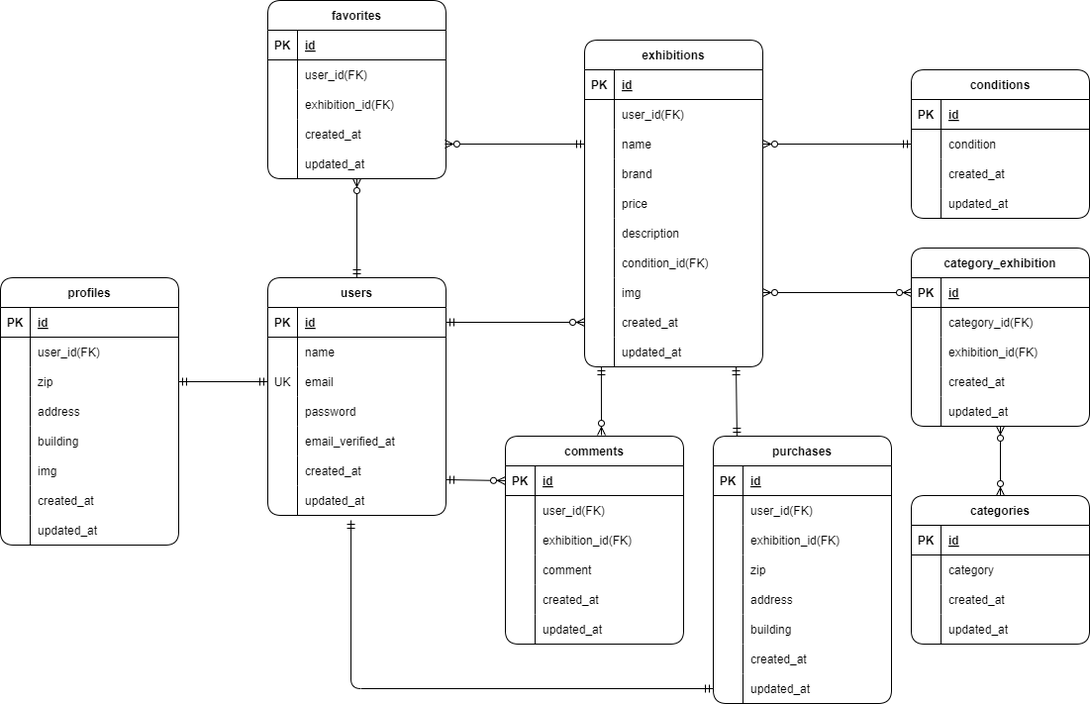
yknrt/flea-market keeps this draw.io diagram as readme/flea_market.drawio.png. Above is the earlier version. Source tidied: cells renumbered, new cells last; positions are measured from the earlier drawing's top-left corner, leaving out a move shared by most shapes.
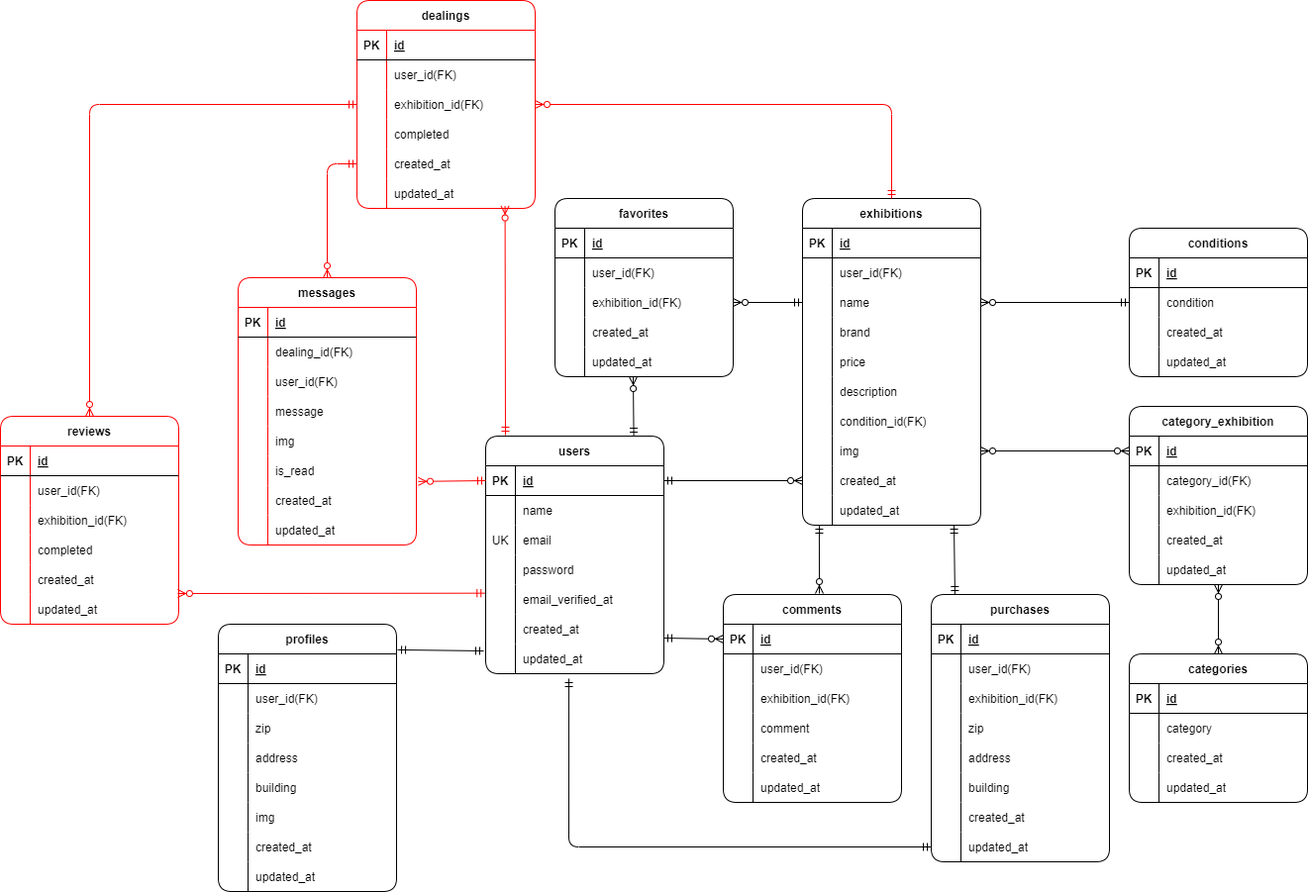
The same diagram one commit later.

The edit, as a diff of the source:
```diff
@@ -247,3 +247,3 @@
     <mxCell id="82" value="favorites" style="shape=table;startSize=30;rowLines=0;fontStyle=1;align=center;rounded=1;" parent="1" vertex="1">
-      <mxGeometry x="270" width="180" height="180" as="geometry" />
+      <mxGeometry x="340" y="40" width="180" height="180" as="geometry" />
     </mxCell>
@@ -299,8 +299,9 @@
     </mxCell>
-    <mxCell id="99" style="fontSize=12;html=1;endArrow=ERzeroToMany;startArrow=ERmandOne;exitX=0.5;exitY=0;exitDx=0;exitDy=0;" parent="1" edge="1" source="2">
+    <mxCell id="99" style="fontSize=12;html=1;endArrow=ERzeroToMany;startArrow=ERmandOne;exitX=0.5;exitY=0;exitDx=0;exitDy=0;" parent="1" edge="1">
       <mxGeometry relative="1" as="geometry">
-        <mxPoint x="360" y="180" as="targetPoint" />
+        <mxPoint x="419.6" y="280" as="sourcePoint" />
+        <mxPoint x="419" y="220" as="targetPoint" />
       </mxGeometry>
     </mxCell>
-    <mxCell id="100" style="fontSize=12;html=1;endArrow=ERzeroToMany;startArrow=ERmandOne;exitX=0;exitY=0.5;exitDx=0;exitDy=0;entryX=0.994;entryY=0.833;entryDx=0;entryDy=0;entryPerimeter=0;" parent="1" edge="1" target="92">
+    <mxCell id="100" style="fontSize=12;html=1;endArrow=ERzeroToMany;startArrow=ERmandOne;exitX=0;exitY=0.5;exitDx=0;exitDy=0;entryX=1;entryY=0.5;entryDx=0;entryDy=0;" parent="1" edge="1" target="89">
       <mxGeometry relative="1" as="geometry">
@@ -378,3 +379,3 @@
     <mxCell id="123" value="profiles" style="shape=table;startSize=30;rowLines=0;fontStyle=1;align=center;rounded=1;" parent="1" vertex="1">
-      <mxGeometry y="280" width="180" height="270" as="geometry" />
+      <mxGeometry y="470" width="180" height="270" as="geometry" />
     </mxCell>
@@ -452,4 +453,6 @@
     </mxCell>
-    <mxCell id="148" style="fontSize=12;html=1;endArrow=ERmandOne;startArrow=ERmandOne;exitX=1;exitY=0.5;exitDx=0;exitDy=0;entryX=0;entryY=0.5;entryDx=0;entryDy=0;endFill=0;" parent="1" edge="1" source="130" target="9">
-      <mxGeometry relative="1" as="geometry" />
+    <mxCell id="148" style="fontSize=12;html=1;endArrow=ERmandOne;startArrow=ERmandOne;exitX=1.006;exitY=0.096;exitDx=0;exitDy=0;endFill=0;exitPerimeter=0;" parent="1" edge="1" source="123">
+      <mxGeometry relative="1" as="geometry">
+        <mxPoint x="268" y="497" as="targetPoint" />
+      </mxGeometry>
     </mxCell>
@@ -593,2 +596,221 @@
     </mxCell>
+    <mxCell id="193" value="dealings" style="shape=table;startSize=30;rowLines=0;fontStyle=1;align=center;rounded=1;strokeColor=#FF0000;" parent="1" vertex="1">
+      <mxGeometry x="140" y="-160" width="180" height="210" as="geometry" />
+    </mxCell>
+    <mxCell id="194" style="shape=tableRow;horizontal=0;startSize=0;swimlaneHead=0;swimlaneBody=0;fillColor=none;top=0;left=0;right=0;bottom=1;rounded=1;" parent="193" vertex="1">
+      <mxGeometry y="30" width="180" height="30" as="geometry" />
+    </mxCell>
+    <mxCell id="195" value="PK" style="shape=partialRectangle;fillColor=none;top=0;left=0;bottom=0;right=0;fontStyle=1;overflow=hidden;rounded=1;" parent="194" vertex="1">
+      <mxGeometry width="30" height="30" as="geometry" />
+    </mxCell>
+    <mxCell id="196" value="id" style="shape=partialRectangle;fillColor=none;top=0;left=0;bottom=0;right=0;align=left;spacingLeft=6;fontStyle=5;overflow=hidden;rounded=1;" parent="194" vertex="1">
+      <mxGeometry x="30" width="150" height="30" as="geometry" />
+    </mxCell>
+    <mxCell id="197" style="shape=tableRow;horizontal=0;startSize=0;swimlaneHead=0;swimlaneBody=0;fillColor=none;top=0;left=0;right=0;bottom=0;rounded=1;" parent="193" vertex="1">
+      <mxGeometry y="60" width="180" height="30" as="geometry" />
+    </mxCell>
+    <mxCell id="198" style="shape=partialRectangle;fillColor=none;top=0;left=0;bottom=0;right=0;overflow=hidden;rounded=1;" parent="197" vertex="1">
+      <mxGeometry width="30" height="30" as="geometry" />
+    </mxCell>
+    <mxCell id="199" value="user_id(FK)" style="shape=partialRectangle;fillColor=none;top=0;left=0;bottom=0;right=0;align=left;spacingLeft=6;overflow=hidden;rounded=1;" parent="197" vertex="1">
+      <mxGeometry x="30" width="150" height="30" as="geometry" />
+    </mxCell>
+    <mxCell id="200" style="shape=tableRow;horizontal=0;startSize=0;swimlaneHead=0;swimlaneBody=0;fillColor=none;points=[[0,0.5],[1,0.5]];portConstraint=eastwest;top=0;left=0;right=0;bottom=0;rounded=1;" parent="193" vertex="1">
+      <mxGeometry y="90" width="180" height="30" as="geometry" />
+    </mxCell>
+    <mxCell id="201" style="shape=partialRectangle;fillColor=none;top=0;left=0;bottom=0;right=0;overflow=hidden;rounded=1;" parent="200" vertex="1">
+      <mxGeometry width="30" height="30" as="geometry" />
+    </mxCell>
+    <mxCell id="202" value="exhibition_id(FK)" style="shape=partialRectangle;fillColor=none;top=0;left=0;bottom=0;right=0;align=left;spacingLeft=6;overflow=hidden;rounded=1;" parent="200" vertex="1">
+      <mxGeometry x="30" width="150" height="30" as="geometry" />
+    </mxCell>
+    <mxCell id="203" style="shape=tableRow;horizontal=0;startSize=0;swimlaneHead=0;swimlaneBody=0;fillColor=none;top=0;left=0;right=0;bottom=0;rounded=1;" parent="193" vertex="1">
+      <mxGeometry y="120" width="180" height="30" as="geometry" />
+    </mxCell>
+    <mxCell id="204" style="shape=partialRectangle;fillColor=none;top=0;left=0;bottom=0;right=0;overflow=hidden;rounded=1;" parent="203" vertex="1">
+      <mxGeometry width="30" height="30" as="geometry" />
+    </mxCell>
+    <mxCell id="205" value="completed" style="shape=partialRectangle;fillColor=none;top=0;left=0;bottom=0;right=0;align=left;spacingLeft=6;overflow=hidden;rounded=1;" parent="203" vertex="1">
+      <mxGeometry x="30" width="150" height="30" as="geometry" />
+    </mxCell>
+    <mxCell id="206" style="shape=tableRow;horizontal=0;startSize=0;swimlaneHead=0;swimlaneBody=0;fillColor=none;points=[[0,0.5],[1,0.5]];portConstraint=eastwest;top=0;left=0;right=0;bottom=0;rounded=1;" parent="193" vertex="1">
+      <mxGeometry y="150" width="180" height="30" as="geometry" />
+    </mxCell>
+    <mxCell id="207" style="shape=partialRectangle;fillColor=none;top=0;left=0;bottom=0;right=0;overflow=hidden;rounded=1;" parent="206" vertex="1">
+      <mxGeometry width="30" height="30" as="geometry" />
+    </mxCell>
+    <mxCell id="208" value="created_at" style="shape=partialRectangle;fillColor=none;top=0;left=0;bottom=0;right=0;align=left;spacingLeft=6;overflow=hidden;rounded=1;" parent="206" vertex="1">
+      <mxGeometry x="30" width="150" height="30" as="geometry" />
+    </mxCell>
+    <mxCell id="209" style="shape=tableRow;horizontal=0;startSize=0;swimlaneHead=0;swimlaneBody=0;fillColor=none;points=[[0,0.5],[1,0.5]];portConstraint=eastwest;top=0;left=0;right=0;bottom=0;rounded=1;" parent="193" vertex="1">
+      <mxGeometry y="180" width="180" height="30" as="geometry" />
+    </mxCell>
+    <mxCell id="210" style="shape=partialRectangle;fillColor=none;top=0;left=0;bottom=0;right=0;overflow=hidden;rounded=1;" parent="209" vertex="1">
+      <mxGeometry width="30" height="30" as="geometry" />
+    </mxCell>
+    <mxCell id="211" value="updated_at" style="shape=partialRectangle;fillColor=none;top=0;left=0;bottom=0;right=0;align=left;spacingLeft=6;overflow=hidden;rounded=1;" parent="209" vertex="1">
+      <mxGeometry x="30" width="150" height="30" as="geometry" />
+    </mxCell>
+    <mxCell id="212" style="fontSize=12;html=1;endArrow=ERzeroToMany;startArrow=ERmandOne;exitX=0.5;exitY=0;exitDx=0;exitDy=0;entryX=1;entryY=0.5;entryDx=0;entryDy=0;strokeColor=#FF0000;" parent="1" edge="1" source="38" target="200">
+      <mxGeometry relative="1" as="geometry">
+        <Array as="points">
+          <mxPoint x="680" y="-55" />
+        </Array>
+      </mxGeometry>
+    </mxCell>
+    <mxCell id="213" style="fontSize=12;html=1;endArrow=ERzeroToMany;startArrow=ERmandOne;exitX=0.111;exitY=-0.004;exitDx=0;exitDy=0;exitPerimeter=0;entryX=0.831;entryY=0.919;entryDx=0;entryDy=0;entryPerimeter=0;strokeColor=#FF0000;" parent="1" edge="1" source="2" target="209">
+      <mxGeometry relative="1" as="geometry" />
+    </mxCell>
+    <mxCell id="214" value="messages" style="shape=table;startSize=30;rowLines=0;fontStyle=1;align=center;rounded=1;strokeColor=#FF0000;" parent="1" vertex="1">
+      <mxGeometry x="20" y="120" width="180" height="270" as="geometry" />
+    </mxCell>
+    <mxCell id="215" style="shape=tableRow;horizontal=0;startSize=0;swimlaneHead=0;swimlaneBody=0;fillColor=none;top=0;left=0;right=0;bottom=1;rounded=1;" parent="214" vertex="1">
+      <mxGeometry y="30" width="180" height="30" as="geometry" />
+    </mxCell>
+    <mxCell id="216" value="PK" style="shape=partialRectangle;fillColor=none;top=0;left=0;bottom=0;right=0;fontStyle=1;overflow=hidden;rounded=1;" parent="215" vertex="1">
+      <mxGeometry width="30" height="30" as="geometry" />
+    </mxCell>
+    <mxCell id="217" value="id" style="shape=partialRectangle;fillColor=none;top=0;left=0;bottom=0;right=0;align=left;spacingLeft=6;fontStyle=5;overflow=hidden;rounded=1;" parent="215" vertex="1">
+      <mxGeometry x="30" width="150" height="30" as="geometry" />
+    </mxCell>
+    <mxCell id="218" style="shape=tableRow;horizontal=0;startSize=0;swimlaneHead=0;swimlaneBody=0;fillColor=none;top=0;left=0;right=0;bottom=0;rounded=1;" parent="214" vertex="1">
+      <mxGeometry y="60" width="180" height="30" as="geometry" />
+    </mxCell>
+    <mxCell id="219" style="shape=partialRectangle;fillColor=none;top=0;left=0;bottom=0;right=0;overflow=hidden;rounded=1;" parent="218" vertex="1">
+      <mxGeometry width="30" height="30" as="geometry" />
+    </mxCell>
+    <mxCell id="220" value="dealing_id(FK)" style="shape=partialRectangle;fillColor=none;top=0;left=0;bottom=0;right=0;align=left;spacingLeft=6;overflow=hidden;rounded=1;" parent="218" vertex="1">
+      <mxGeometry x="30" width="150" height="30" as="geometry" />
+    </mxCell>
+    <mxCell id="221" style="shape=tableRow;horizontal=0;startSize=0;swimlaneHead=0;swimlaneBody=0;fillColor=none;top=0;left=0;right=0;bottom=0;rounded=1;" parent="214" vertex="1">
+      <mxGeometry y="90" width="180" height="30" as="geometry" />
+    </mxCell>
+    <mxCell id="222" style="shape=partialRectangle;fillColor=none;top=0;left=0;bottom=0;right=0;overflow=hidden;rounded=1;" parent="221" vertex="1">
+      <mxGeometry width="30" height="30" as="geometry" />
+    </mxCell>
+    <mxCell id="223" value="user_id(FK)" style="shape=partialRectangle;fillColor=none;top=0;left=0;bottom=0;right=0;align=left;spacingLeft=6;overflow=hidden;rounded=1;" parent="221" vertex="1">
+      <mxGeometry x="30" width="150" height="30" as="geometry" />
+    </mxCell>
+    <mxCell id="224" style="shape=tableRow;horizontal=0;startSize=0;swimlaneHead=0;swimlaneBody=0;fillColor=none;top=0;left=0;right=0;bottom=0;rounded=1;" parent="214" vertex="1">
+      <mxGeometry y="120" width="180" height="30" as="geometry" />
+    </mxCell>
+    <mxCell id="225" style="shape=partialRectangle;fillColor=none;top=0;left=0;bottom=0;right=0;overflow=hidden;rounded=1;" parent="224" vertex="1">
+      <mxGeometry width="30" height="30" as="geometry" />
+    </mxCell>
+    <mxCell id="226" value="message" style="shape=partialRectangle;fillColor=none;top=0;left=0;bottom=0;right=0;align=left;spacingLeft=6;overflow=hidden;rounded=1;" parent="224" vertex="1">
+      <mxGeometry x="30" width="150" height="30" as="geometry" />
+    </mxCell>
+    <mxCell id="227" style="shape=tableRow;horizontal=0;startSize=0;swimlaneHead=0;swimlaneBody=0;fillColor=none;top=0;left=0;right=0;bottom=0;rounded=1;" parent="214" vertex="1">
+      <mxGeometry y="150" width="180" height="30" as="geometry" />
+    </mxCell>
+    <mxCell id="228" style="shape=partialRectangle;fillColor=none;top=0;left=0;bottom=0;right=0;overflow=hidden;rounded=1;" parent="227" vertex="1">
+      <mxGeometry width="30" height="30" as="geometry" />
+    </mxCell>
+    <mxCell id="229" value="img" style="shape=partialRectangle;fillColor=none;top=0;left=0;bottom=0;right=0;align=left;spacingLeft=6;overflow=hidden;rounded=1;" parent="227" vertex="1">
+      <mxGeometry x="30" width="150" height="30" as="geometry" />
+    </mxCell>
+    <mxCell id="230" style="shape=tableRow;horizontal=0;startSize=0;swimlaneHead=0;swimlaneBody=0;fillColor=none;points=[[0,0.5],[1,0.5]];portConstraint=eastwest;top=0;left=0;right=0;bottom=0;rounded=1;" parent="214" vertex="1">
+      <mxGeometry y="180" width="180" height="30" as="geometry" />
+    </mxCell>
+    <mxCell id="231" style="shape=partialRectangle;fillColor=none;top=0;left=0;bottom=0;right=0;overflow=hidden;rounded=1;" parent="230" vertex="1">
+      <mxGeometry width="30" height="30" as="geometry" />
+    </mxCell>
+    <mxCell id="232" value="is_read" style="shape=partialRectangle;fillColor=none;top=0;left=0;bottom=0;right=0;align=left;spacingLeft=6;overflow=hidden;rounded=1;" parent="230" vertex="1">
+      <mxGeometry x="30" width="150" height="30" as="geometry" />
+    </mxCell>
+    <mxCell id="233" style="shape=tableRow;horizontal=0;startSize=0;swimlaneHead=0;swimlaneBody=0;fillColor=none;top=0;left=0;right=0;bottom=0;rounded=1;" parent="214" vertex="1">
+      <mxGeometry y="210" width="180" height="30" as="geometry" />
+    </mxCell>
+    <mxCell id="234" style="shape=partialRectangle;fillColor=none;top=0;left=0;bottom=0;right=0;overflow=hidden;rounded=1;" parent="233" vertex="1">
+      <mxGeometry width="30" height="30" as="geometry" />
+    </mxCell>
+    <mxCell id="235" value="created_at" style="shape=partialRectangle;fillColor=none;top=0;left=0;bottom=0;right=0;align=left;spacingLeft=6;overflow=hidden;rounded=1;" parent="233" vertex="1">
+      <mxGeometry x="30" width="150" height="30" as="geometry" />
+    </mxCell>
+    <mxCell id="236" style="shape=tableRow;horizontal=0;startSize=0;swimlaneHead=0;swimlaneBody=0;fillColor=none;top=0;left=0;right=0;bottom=0;rounded=1;" parent="214" vertex="1">
+      <mxGeometry y="240" width="180" height="30" as="geometry" />
+    </mxCell>
+    <mxCell id="237" style="shape=partialRectangle;fillColor=none;top=0;left=0;bottom=0;right=0;overflow=hidden;rounded=1;" parent="236" vertex="1">
+      <mxGeometry width="30" height="30" as="geometry" />
+    </mxCell>
+    <mxCell id="238" value="updated_at" style="shape=partialRectangle;fillColor=none;top=0;left=0;bottom=0;right=0;align=left;spacingLeft=6;overflow=hidden;rounded=1;" parent="236" vertex="1">
+      <mxGeometry x="30" width="150" height="30" as="geometry" />
+    </mxCell>
+    <mxCell id="239" value="reviews" style="shape=table;startSize=30;rowLines=0;fontStyle=1;align=center;rounded=1;strokeColor=#FF0000;" parent="1" vertex="1">
+      <mxGeometry x="-220" y="260" width="180" height="210" as="geometry" />
+    </mxCell>
+    <mxCell id="240" style="shape=tableRow;horizontal=0;startSize=0;swimlaneHead=0;swimlaneBody=0;fillColor=none;top=0;left=0;right=0;bottom=1;rounded=1;" parent="239" vertex="1">
+      <mxGeometry y="30" width="180" height="30" as="geometry" />
+    </mxCell>
+    <mxCell id="241" value="PK" style="shape=partialRectangle;fillColor=none;top=0;left=0;bottom=0;right=0;fontStyle=1;overflow=hidden;rounded=1;" parent="240" vertex="1">
+      <mxGeometry width="30" height="30" as="geometry" />
+    </mxCell>
+    <mxCell id="242" value="id" style="shape=partialRectangle;fillColor=none;top=0;left=0;bottom=0;right=0;align=left;spacingLeft=6;fontStyle=5;overflow=hidden;rounded=1;" parent="240" vertex="1">
+      <mxGeometry x="30" width="150" height="30" as="geometry" />
+    </mxCell>
+    <mxCell id="243" style="shape=tableRow;horizontal=0;startSize=0;swimlaneHead=0;swimlaneBody=0;fillColor=none;top=0;left=0;right=0;bottom=0;rounded=1;" parent="239" vertex="1">
+      <mxGeometry y="60" width="180" height="30" as="geometry" />
+    </mxCell>
+    <mxCell id="244" style="shape=partialRectangle;fillColor=none;top=0;left=0;bottom=0;right=0;overflow=hidden;rounded=1;" parent="243" vertex="1">
+      <mxGeometry width="30" height="30" as="geometry" />
+    </mxCell>
+    <mxCell id="245" value="user_id(FK)" style="shape=partialRectangle;fillColor=none;top=0;left=0;bottom=0;right=0;align=left;spacingLeft=6;overflow=hidden;rounded=1;" parent="243" vertex="1">
+      <mxGeometry x="30" width="150" height="30" as="geometry" />
+    </mxCell>
+    <mxCell id="246" style="shape=tableRow;horizontal=0;startSize=0;swimlaneHead=0;swimlaneBody=0;fillColor=none;top=0;left=0;right=0;bottom=0;rounded=1;" parent="239" vertex="1">
+      <mxGeometry y="90" width="180" height="30" as="geometry" />
+    </mxCell>
+    <mxCell id="247" style="shape=partialRectangle;fillColor=none;top=0;left=0;bottom=0;right=0;overflow=hidden;rounded=1;" parent="246" vertex="1">
+      <mxGeometry width="30" height="30" as="geometry" />
+    </mxCell>
+    <mxCell id="248" value="exhibition_id(FK)" style="shape=partialRectangle;fillColor=none;top=0;left=0;bottom=0;right=0;align=left;spacingLeft=6;overflow=hidden;rounded=1;" parent="246" vertex="1">
+      <mxGeometry x="30" width="150" height="30" as="geometry" />
+    </mxCell>
+    <mxCell id="249" style="shape=tableRow;horizontal=0;startSize=0;swimlaneHead=0;swimlaneBody=0;fillColor=none;top=0;left=0;right=0;bottom=0;rounded=1;" parent="239" vertex="1">
+      <mxGeometry y="120" width="180" height="30" as="geometry" />
+    </mxCell>
+    <mxCell id="250" style="shape=partialRectangle;fillColor=none;top=0;left=0;bottom=0;right=0;overflow=hidden;rounded=1;" parent="249" vertex="1">
+      <mxGeometry width="30" height="30" as="geometry" />
+    </mxCell>
+    <mxCell id="251" value="completed" style="shape=partialRectangle;fillColor=none;top=0;left=0;bottom=0;right=0;align=left;spacingLeft=6;overflow=hidden;rounded=1;" parent="249" vertex="1">
+      <mxGeometry x="30" width="150" height="30" as="geometry" />
+    </mxCell>
+    <mxCell id="252" style="shape=tableRow;horizontal=0;startSize=0;swimlaneHead=0;swimlaneBody=0;fillColor=none;top=0;left=0;right=0;bottom=0;rounded=1;" parent="239" vertex="1">
+      <mxGeometry y="150" width="180" height="30" as="geometry" />
+    </mxCell>
+    <mxCell id="253" style="shape=partialRectangle;fillColor=none;top=0;left=0;bottom=0;right=0;overflow=hidden;rounded=1;" parent="252" vertex="1">
+      <mxGeometry width="30" height="30" as="geometry" />
+    </mxCell>
+    <mxCell id="254" value="created_at" style="shape=partialRectangle;fillColor=none;top=0;left=0;bottom=0;right=0;align=left;spacingLeft=6;overflow=hidden;rounded=1;" parent="252" vertex="1">
+      <mxGeometry x="30" width="150" height="30" as="geometry" />
+    </mxCell>
+    <mxCell id="255" style="shape=tableRow;horizontal=0;startSize=0;swimlaneHead=0;swimlaneBody=0;fillColor=none;points=[[0,0.5],[1,0.5]];portConstraint=eastwest;top=0;left=0;right=0;bottom=0;rounded=1;" parent="239" vertex="1">
+      <mxGeometry y="180" width="180" height="30" as="geometry" />
+    </mxCell>
+    <mxCell id="256" style="shape=partialRectangle;fillColor=none;top=0;left=0;bottom=0;right=0;overflow=hidden;rounded=1;" parent="255" vertex="1">
+      <mxGeometry width="30" height="30" as="geometry" />
+    </mxCell>
+    <mxCell id="257" value="updated_at" style="shape=partialRectangle;fillColor=none;top=0;left=0;bottom=0;right=0;align=left;spacingLeft=6;overflow=hidden;rounded=1;" parent="255" vertex="1">
+      <mxGeometry x="30" width="150" height="30" as="geometry" />
+    </mxCell>
+    <mxCell id="258" style="fontSize=12;html=1;endArrow=ERzeroToMany;startArrow=ERmandOne;exitX=0;exitY=0.5;exitDx=0;exitDy=0;entryX=0.5;entryY=0;entryDx=0;entryDy=0;strokeColor=#FF0000;" parent="1" edge="1" source="206" target="214">
+      <mxGeometry relative="1" as="geometry">
+        <Array as="points">
+          <mxPoint x="110" y="5" />
+        </Array>
+      </mxGeometry>
+    </mxCell>
+    <mxCell id="259" style="fontSize=12;html=1;endArrow=ERzeroToMany;startArrow=ERmandOne;exitX=0;exitY=0.5;exitDx=0;exitDy=0;entryX=1.011;entryY=0.862;entryDx=0;entryDy=0;strokeColor=#FF0000;entryPerimeter=0;" parent="1" edge="1" source="3" target="230">
+      <mxGeometry relative="1" as="geometry" />
+    </mxCell>
+    <mxCell id="260" style="fontSize=12;html=1;endArrow=ERzeroToMany;startArrow=ERmandOne;exitX=0;exitY=0.5;exitDx=0;exitDy=0;strokeColor=#FF0000;" parent="1" edge="1" source="200" target="239">
+      <mxGeometry relative="1" as="geometry">
+        <Array as="points">
+          <mxPoint x="-130" y="-55" />
+        </Array>
+      </mxGeometry>
+    </mxCell>
+    <mxCell id="261" style="fontSize=12;html=1;endArrow=ERzeroToMany;startArrow=ERmandOne;entryX=0.994;entryY=-0.033;entryDx=0;entryDy=0;strokeColor=#FF0000;entryPerimeter=0;exitX=-0.004;exitY=0.289;exitDx=0;exitDy=0;exitPerimeter=0;" parent="1" edge="1" source="15" target="255">
+      <mxGeometry relative="1" as="geometry" />
+    </mxCell>
   </root>
```
